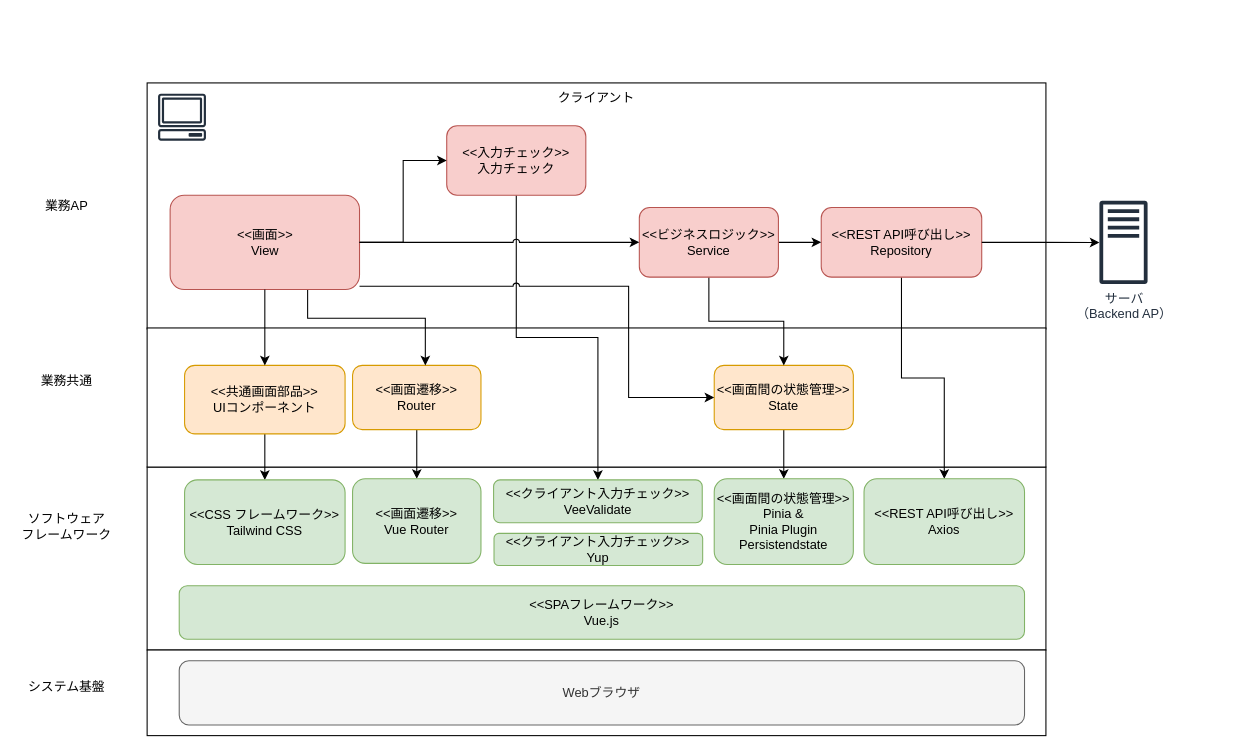
mysd33/sample-vue-tailwind keeps this draw.io diagram as docs/img/architecture.drawio. Above is the earlier version. Source tidied: cells renumbered, new cells numbered last; positions are measured from the earlier drawing's top-left corner, leaving out a move shared by most shapes. Both pictures are drawn from the tidied source at 107%, with x=0, y=0 at pixel (18, 82).
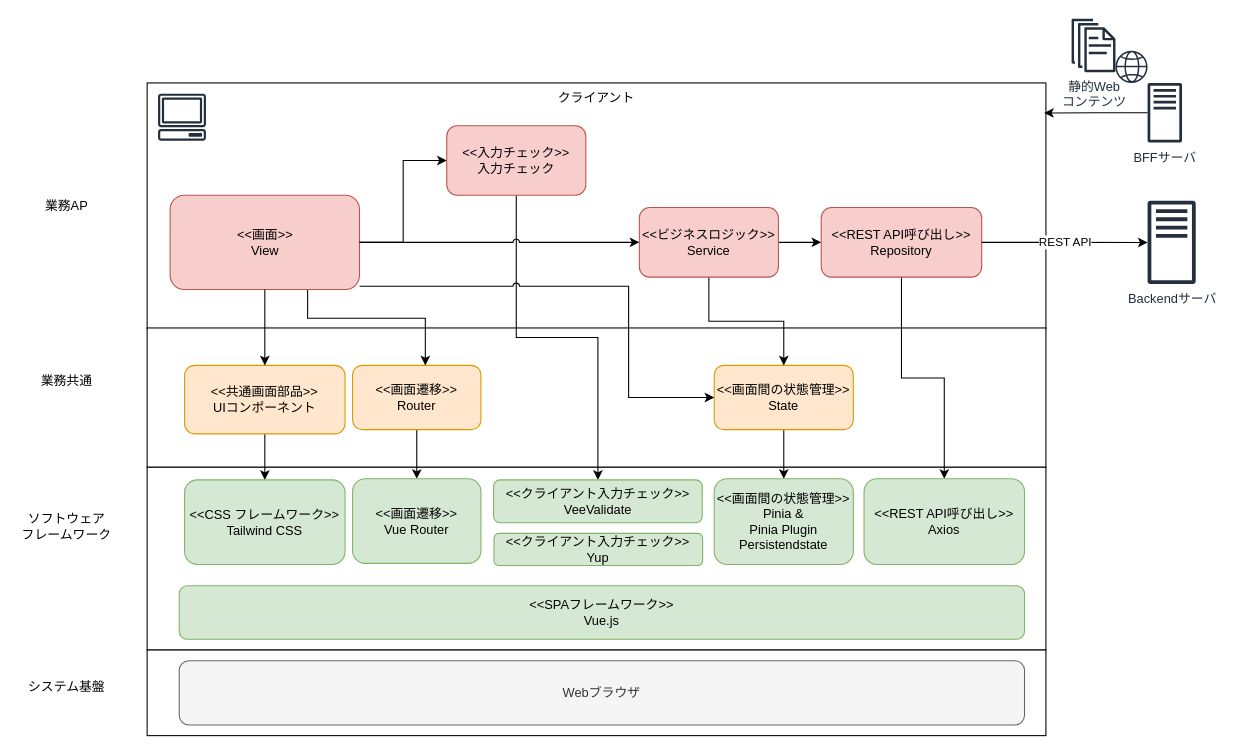
The same diagram, later.

Commit message (it also covers changes not shown here):
ソフトウェアアーキテクチャ図を修正

Unchanged cells that the change refers to:
```xml
<mxCell id="3" value="クライアント" style="rounded=0;whiteSpace=wrap;html=1;verticalAlign=top;" parent="1" vertex="1">
  <mxGeometry x="120" width="840" height="230" as="geometry" />
</mxCell>
<mxCell id="19" value="&lt;div&gt;&amp;lt;&amp;lt;REST API呼び出し&amp;gt;&amp;gt;&lt;/div&gt;&lt;div&gt;Repository&lt;/div&gt;" style="rounded=1;whiteSpace=wrap;html=1;fillColor=#f8cecc;strokeColor=#b85450;" parent="1" vertex="1">
  <mxGeometry x="750" y="116.5" width="150" height="65" as="geometry" />
</mxCell>
```

Diff of the diagram source:
```diff
@@
-    <mxCell id="25" value="&lt;div&gt;サーバ&lt;/div&gt;（Backend AP）&lt;div&gt;&lt;br&gt;&lt;/div&gt;" style="sketch=0;outlineConnect=0;fontColor=#232F3E;gradientColor=none;fillColor=#232F3D;strokeColor=none;dashed=0;verticalLabelPosition=bottom;verticalAlign=top;align=center;html=1;fontSize=12;fontStyle=0;shape=mxgraph.aws4.traditional_server;" parent="1" vertex="1">
-      <mxGeometry x="1010" y="110" width="45" height="78" as="geometry" />
+    <mxCell id="25" value="&lt;div&gt;Backendサーバ&lt;/div&gt;" style="sketch=0;outlineConnect=0;fontColor=#232F3E;gradientColor=none;fillColor=#232F3D;strokeColor=none;dashed=0;verticalLabelPosition=bottom;verticalAlign=top;align=center;html=1;fontSize=12;fontStyle=0;shape=mxgraph.aws4.traditional_server;" parent="1" vertex="1">
+      <mxGeometry x="1055" y="110" width="45" height="78" as="geometry" />
     </mxCell>
-    <mxCell id="26" style="edgeStyle=orthogonalEdgeStyle;rounded=0;jettySize=auto;html=1;" parent="1" edge="1" source="19" target="25">
+    <mxCell id="26" value="REST API" style="edgeStyle=orthogonalEdgeStyle;rounded=0;jettySize=auto;html=1;" parent="1" edge="1" source="19" target="25">
       <mxGeometry relative="1" as="geometry" />
     </mxCell>
@@
+    <mxCell id="40" value="&lt;div&gt;BFFサーバ&lt;/div&gt;" style="sketch=0;outlineConnect=0;fontColor=#232F3E;gradientColor=none;fillColor=#232F3D;strokeColor=none;dashed=0;verticalLabelPosition=bottom;verticalAlign=top;align=center;html=1;fontSize=12;fontStyle=0;shape=mxgraph.aws4.traditional_server;" parent="1" vertex="1">
+      <mxGeometry x="1055" width="32.2" height="55.8" as="geometry" />
+    </mxCell>
+    <mxCell id="41" value="静的Web&lt;div&gt;コンテンツ&lt;/div&gt;" style="sketch=0;fontColor=#232F3E;gradientColor=none;fillColor=#232F3D;strokeColor=none;dashed=0;verticalLabelPosition=bottom;verticalAlign=top;align=center;html=1;fontSize=12;fontStyle=0;shape=mxgraph.aws4.documents;" parent="1" vertex="1">
+      <mxGeometry x="984" y="-60" width="41" height="50" as="geometry" />
+    </mxCell>
+    <mxCell id="42" style="sketch=0;fontColor=#232F3E;gradientColor=none;fillColor=#232F3D;strokeColor=none;dashed=0;verticalLabelPosition=bottom;verticalAlign=top;align=center;html=1;fontSize=12;fontStyle=0;shape=mxgraph.aws4.globe;" parent="1" vertex="1">
+      <mxGeometry x="1025" y="-30" width="30" height="30" as="geometry" />
+    </mxCell>
+    <mxCell id="43" style="edgeStyle=orthogonalEdgeStyle;rounded=0;jettySize=auto;html=1;entryX=0.998;entryY=0.122;entryDx=0;entryDy=0;entryPerimeter=0;" parent="1" edge="1" source="40" target="3">
+      <mxGeometry relative="1" as="geometry" />
+    </mxCell>
```
